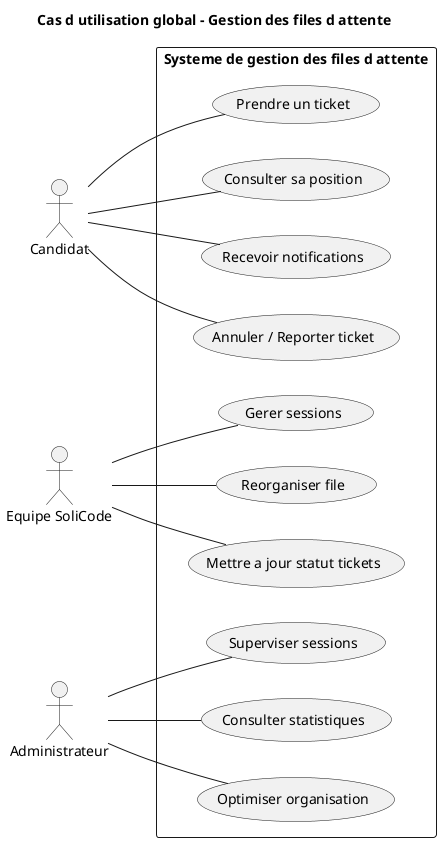
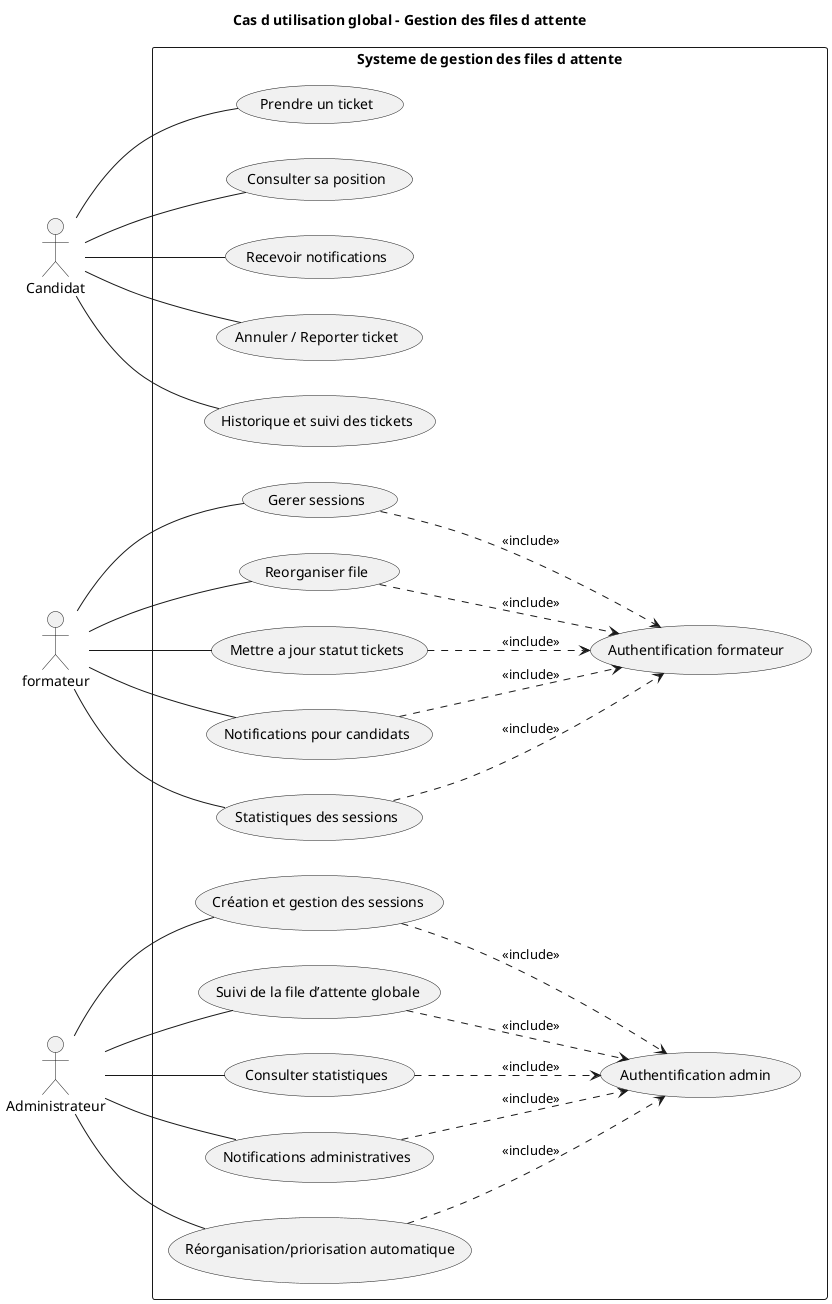
@startuml
left to right direction

title Cas d utilisation global - Gestion des files d attente

' Acteurs alignés verticalement
actor Candidat
- actor "Equipe SoliCode" as SoliCode
+ actor "formateur" as Formateur
actor Administrateur as Admin

rectangle "Systeme de gestion des files d attente" {

  ' --- Cas Candidat ---
  usecase "Prendre un ticket" as UC1
  usecase "Consulter sa position" as UC2
  usecase "Recevoir notifications" as UC3
  usecase "Annuler / Reporter ticket" as UC4
+   usecase "Historique et suivi des tickets" as UC16

  ' --- Cas Equipe ---
+   usecase "Authentification formateur " as UC17
  usecase "Gerer sessions" as UC5
  usecase "Reorganiser file" as UC6
  usecase "Mettre a jour statut tickets" as UC7
+   usecase "Notifications pour candidats" as UC8
+   usecase "Statistiques des sessions" as UC9

  ' --- Cas Admin ---
-   usecase "Superviser sessions" as UC8
-   usecase "Consulter statistiques" as UC9
-   usecase "Optimiser organisation" as UC10
+   usecase "Authentification admin " as UC10
+   usecase "Création et gestion des sessions" as UC11
+   usecase "Suivi de la file d’attente globale" as UC12
+   usecase "Consulter statistiques" as UC13
+   usecase "Notifications administratives" as UC14
+   usecase "Réorganisation/priorisation automatique" as UC15
}

' Relations Candidat
Candidat -- UC1
Candidat -- UC2
Candidat -- UC3
Candidat -- UC4
+ Candidat -- UC16

- ' Relations Equipe
- SoliCode -- UC5
- SoliCode -- UC6
- SoliCode -- UC7
+ ' Relations Formateur
+ Formateur -- UC5
+ Formateur -- UC6
+ Formateur -- UC7
+ Formateur -- UC8
+ Formateur -- UC9
+ 
+ UC5 ..> UC17 : <<include>>
+ UC6 ..> UC17 : <<include>>
+ UC7 ..> UC17 : <<include>>
+ UC8 ..> UC17 : <<include>>
+ UC9 ..> UC17 : <<include>>

' Relations Admin
- Admin -- UC8
- Admin -- UC9
- Admin -- UC10
+ Admin -- UC11
+ Admin -- UC12
+ Admin -- UC13
+ Admin -- UC14
+ Admin -- UC15
+ 
+ UC11 ..> UC10 : <<include>>
+ UC12 ..> UC10 : <<include>>
+ UC13 ..> UC10 : <<include>>
+ UC14 ..> UC10 : <<include>>
+ UC15 ..> UC10 : <<include>>

@enduml